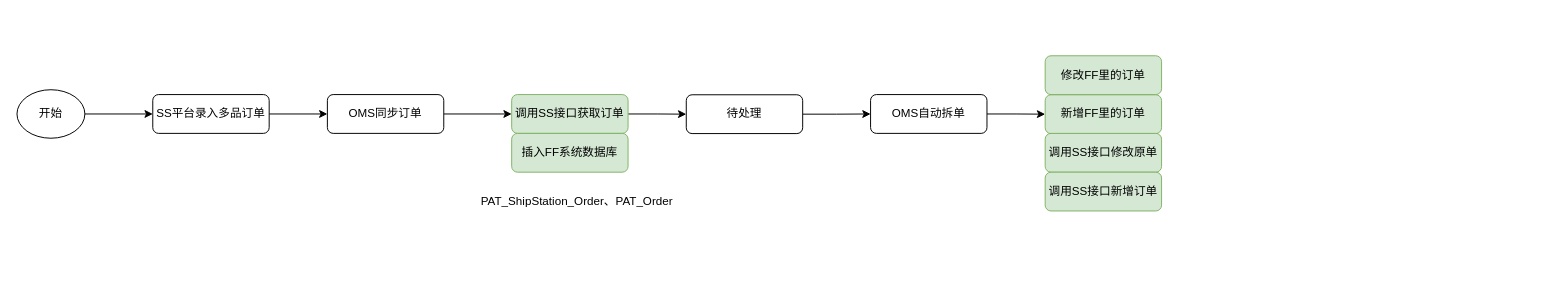
The draw.io diagram SS订单.drawio in OJBK123/Draws, before the edit. Source tidied: cells renumbered, new cells numbered last; positions are measured from the earlier drawing's top-left corner, leaving out a move shared by most shapes. Both pictures are drawn from the tidied source at 97%, with x=0, y=0 at pixel (16, 55).
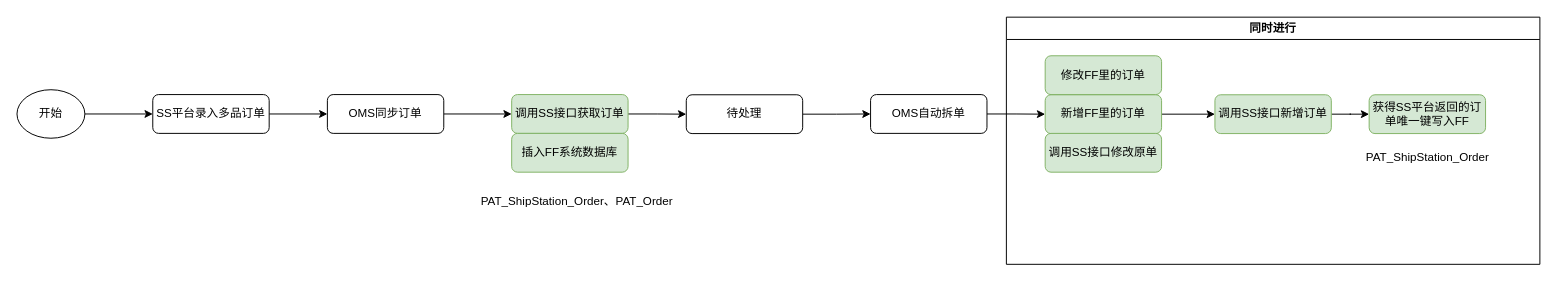
The same diagram, later.

The change refers to these unchanged cells:
```xml
<mxCell id="16" value="新增FF里的订单" style="rounded=1;whiteSpace=wrap;html=1;fontSize=12;glass=0;strokeWidth=1;shadow=0;fillColor=#d5e8d4;strokeColor=#82b366;" parent="1" vertex="1">
  <mxGeometry x="1060" y="40.2" width="120" height="40" as="geometry" />
</mxCell>
```

Diff of the diagram source:
```diff
@@
+    <mxCell id="20" style="edgeStyle=orthogonalEdgeStyle;rounded=0;jettySize=auto;html=1;exitX=1;exitY=0.5;exitDx=0;exitDy=0;" parent="1" edge="1" source="16" target="18">
+      <mxGeometry relative="1" as="geometry" />
+    </mxCell>
@@
+    <mxCell id="21" style="edgeStyle=orthogonalEdgeStyle;rounded=0;jettySize=auto;html=1;exitX=1;exitY=0.5;exitDx=0;exitDy=0;" parent="1" edge="1" source="18" target="22">
+      <mxGeometry relative="1" as="geometry" />
+    </mxCell>
+    <mxCell id="19" value="修改FF里的订单" style="rounded=1;whiteSpace=wrap;html=1;fontSize=12;glass=0;strokeWidth=1;shadow=0;fillColor=#d5e8d4;strokeColor=#82b366;" parent="1" vertex="1">
+      <mxGeometry x="1060" width="120" height="40" as="geometry" />
+    </mxCell>
+    <mxCell id="22" value="获得SS平台返回的订单唯一键写入FF" style="rounded=1;whiteSpace=wrap;html=1;fontSize=12;glass=0;strokeWidth=1;shadow=0;fillColor=#d5e8d4;strokeColor=#82b366;" parent="1" vertex="1">
+      <mxGeometry x="1394" y="40.2" width="120" height="40" as="geometry" />
+    </mxCell>
+    <mxCell id="23" value="PAT_ShipStation_Order" style="text;html=1;align=center;verticalAlign=middle;strokeColor=none;fillColor=none;" parent="1" vertex="1">
+      <mxGeometry x="1379" y="90" width="150" height="30" as="geometry" />
+    </mxCell>
+    <mxCell id="24" value="同时进行" style="swimlane;whiteSpace=wrap;html=1;" parent="1" vertex="1">
+      <mxGeometry x="1020" y="-39.8" width="550" height="254.8" as="geometry" />
+    </mxCell>
-    <mxCell id="18" value="调用SS接口新增订单" style="rounded=1;whiteSpace=wrap;html=1;fontSize=12;glass=0;strokeWidth=1;shadow=0;fillColor=#d5e8d4;strokeColor=#82b366;" parent="1" vertex="1">
-      <mxGeometry x="1060" y="120" width="120" height="40" as="geometry" />
+    <mxCell id="18" value="调用SS接口新增订单" style="rounded=1;whiteSpace=wrap;html=1;fontSize=12;glass=0;strokeWidth=1;shadow=0;fillColor=#d5e8d4;strokeColor=#82b366;" parent="24" vertex="1">
+      <mxGeometry x="215" y="80" width="120" height="40" as="geometry" />
     </mxCell>
-    <mxCell id="19" value="修改FF里的订单" style="rounded=1;whiteSpace=wrap;html=1;fontSize=12;glass=0;strokeWidth=1;shadow=0;fillColor=#d5e8d4;strokeColor=#82b366;" parent="1" vertex="1">
-      <mxGeometry x="1060" width="120" height="40" as="geometry" />
-    </mxCell>
```
